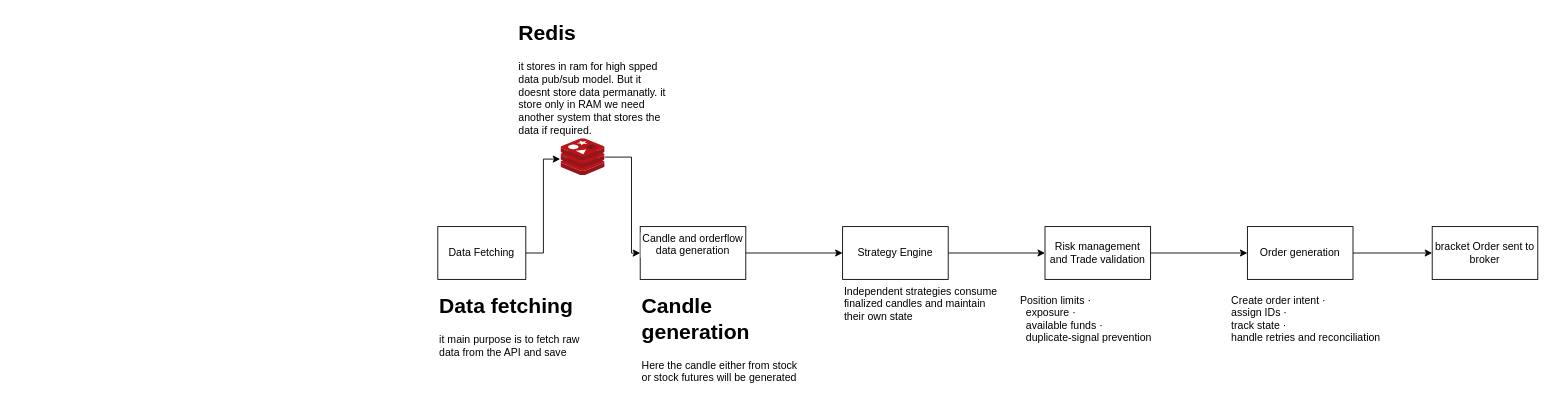
This is design_documents/live orders and signal generation.drawio from DileepSathya/live_algo_trading, a draw.io file, before an edit. Source tidied: cells renumbered, new cells numbered last; positions are measured from the earlier drawing's top-left corner, leaving out a move shared by most shapes. Both pictures are drawn from the tidied source at 88%, with x=0, y=0 at pixel (437, 15). Pictures stored in the file or linked from it are replaced by grey dashed boxes.
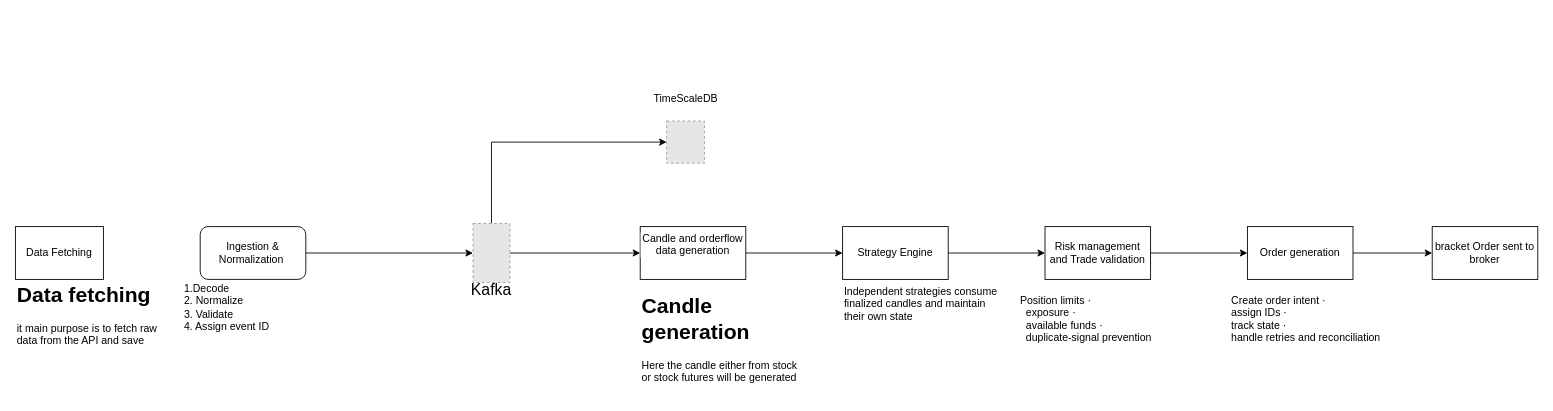
After the change.

The change refers to these unchanged cells:
```xml
<mxCell id="15" value="Candle and orderflow data generation" style="whiteSpace=wrap;html=1;verticalAlign=top;labelBackgroundColor=default;sketch=0;" parent="1" vertex="1">
  <mxGeometry x="230" y="240" width="120" height="60" as="geometry" />
</mxCell>
```

What changed in the source:
```diff
@@
     <mxCell id="2" value="Data Fetching" style="rounded=0;whiteSpace=wrap;html=1;" parent="1" vertex="1">
-      <mxGeometry y="240" width="100" height="60" as="geometry" />
+      <mxGeometry x="-480" y="240" width="100" height="60" as="geometry" />
     </mxCell>
@@
     <mxCell id="9" value="&lt;h1 style=&quot;margin-top: 0px;&quot;&gt;&lt;span style=&quot;background-color: transparent; color: light-dark(#000000, var(--ge-light-color, #ffffff));&quot;&gt;Data fetching&lt;/span&gt;&lt;/h1&gt;&lt;div&gt;&lt;span style=&quot;background-color: transparent; color: light-dark(#000000, var(--ge-light-color, #ffffff));&quot;&gt;it main purpose is to fetch raw data from the API and save&lt;/span&gt;&lt;/div&gt;" style="text;html=1;whiteSpace=wrap;overflow=hidden;rounded=0;" parent="1" vertex="1">
-      <mxGeometry y="310" width="180" height="90" as="geometry" />
+      <mxGeometry x="-480" y="297" width="180" height="90" as="geometry" />
     </mxCell>
@@
-    <mxCell id="11" style="edgeStyle=orthogonalEdgeStyle;rounded=0;jettySize=auto;html=1;" parent="1" edge="1" source="12" target="15">
-      <mxGeometry relative="1" as="geometry">
-        <Array as="points">
-          <mxPoint x="220.1" y="161" />
-          <mxPoint x="220.1" y="270.1" />
-        </Array>
-      </mxGeometry>
-    </mxCell>
-    <mxCell id="12" style="image;sketch=0;html=1;points=[];align=center;fontSize=12;image=img/lib/mscae/Cache_Redis_Product.svg;" parent="1" vertex="1">
-      <mxGeometry x="140" y="140" width="50" height="42" as="geometry" />
-    </mxCell>
-    <mxCell id="13" style="edgeStyle=orthogonalEdgeStyle;rounded=0;jettySize=auto;html=1;exitX=1;exitY=0.5;exitDx=0;exitDy=0;entryX=-0.018;entryY=0.554;entryDx=0;entryDy=0;entryPerimeter=0;" parent="1" edge="1" source="2" target="12">
-      <mxGeometry relative="1" as="geometry" />
-    </mxCell>
@@
-    <mxCell id="16" value="&lt;h1 style=&quot;margin-top: 0px;&quot;&gt;Redis&lt;/h1&gt;&lt;div&gt;it stores in ram for high spped data pub/sub model. But it doesnt store data permanatly. it store only in RAM we need another system that stores the data if required.&lt;/div&gt;" style="text;html=1;whiteSpace=wrap;overflow=hidden;rounded=0;" parent="1" vertex="1">
-      <mxGeometry x="90" width="180" height="140" as="geometry" />
-    </mxCell>
@@
+    <mxCell id="21" style="edgeStyle=orthogonalEdgeStyle;rounded=0;jettySize=auto;html=1;exitX=1;exitY=0.5;exitDx=0;exitDy=0;defaultLabelBackgroundColor=page;" parent="1" edge="1" source="23" target="15">
+      <mxGeometry relative="1" as="geometry" />
+    </mxCell>
+    <mxCell id="22" style="edgeStyle=orthogonalEdgeStyle;rounded=0;jettySize=auto;html=1;exitX=0.5;exitY=0;exitDx=0;exitDy=0;entryX=0;entryY=0.5;entryDx=0;entryDy=0;defaultLabelBackgroundColor=page;" parent="1" edge="1" source="23" target="28">
+      <mxGeometry relative="1" as="geometry" />
+    </mxCell>
+    <mxCell id="23" style="fillColor=#E6E6E6;strokeColor=#999999;dashed=1;html=1;verticalAlign=top;verticalLabelPosition=bottom;labelBackgroundColor=#ffffff;" parent="1" vertex="1">
+      <mxGeometry x="40" y="236.5" width="42" height="67" as="geometry" />
+    </mxCell>
+    <mxCell id="24" value="&lt;font style=&quot;font-size: 18px;&quot;&gt;Kafka&lt;/font&gt;" style="text;html=1;whiteSpace=wrap;strokeColor=none;fillColor=none;align=center;verticalAlign=middle;rounded=0;" parent="1" vertex="1">
+      <mxGeometry x="31" y="297" width="60" height="30" as="geometry" />
+    </mxCell>
+    <mxCell id="25" style="edgeStyle=orthogonalEdgeStyle;rounded=0;jettySize=auto;html=1;exitX=1;exitY=0.5;exitDx=0;exitDy=0;entryX=0;entryY=0.5;entryDx=0;entryDy=0;defaultLabelBackgroundColor=page;" parent="1" edge="1" source="26" target="23">
+      <mxGeometry relative="1" as="geometry" />
+    </mxCell>
+    <mxCell id="26" value="Ingestion &amp;amp; Normalization&amp;nbsp;" style="rounded=1;whiteSpace=wrap;html=1;roundedPerimeter=1;" parent="1" vertex="1">
+      <mxGeometry x="-270" y="240" width="120" height="60" as="geometry" />
+    </mxCell>
+    <mxCell id="27" value="1.Decode&lt;br&gt;&lt;div&gt;2. Normalize&lt;br&gt;3. Validate&lt;br&gt;4. Assign event ID&lt;/div&gt;" style="text;html=1;whiteSpace=wrap;overflow=hidden;rounded=0;" parent="1" vertex="1">
+      <mxGeometry x="-290" y="297" width="180" height="73" as="geometry" />
+    </mxCell>
+    <mxCell id="28" style="fillColor=#E6E6E6;strokeColor=#999999;dashed=1;html=1;verticalAlign=top;verticalLabelPosition=bottom;labelBackgroundColor=#ffffff;" parent="1" vertex="1">
+      <mxGeometry x="260" y="120" width="43" height="48" as="geometry" />
+    </mxCell>
+    <mxCell id="29" value="TimeScaleDB" style="text;html=1;whiteSpace=wrap;strokeColor=none;fillColor=none;align=center;verticalAlign=middle;rounded=0;" parent="1" vertex="1">
+      <mxGeometry x="251.5" y="80" width="60" height="30" as="geometry" />
+    </mxCell>
```
